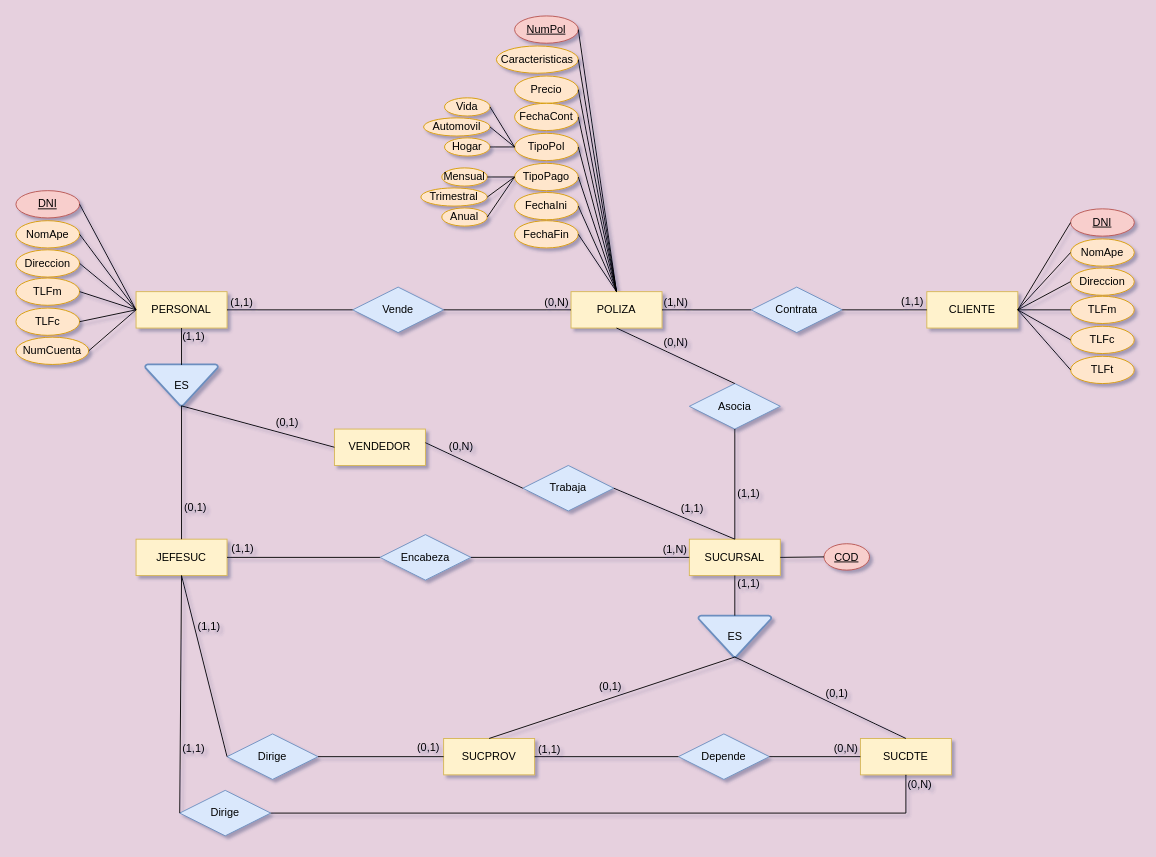
This is Teams1(2).drawio from VeraAceves/NT-BD, a draw.io file, before an edit. Source tidied: cells renumbered, new cells numbered last; positions are measured from the earlier drawing's top-left corner, leaving out a move shared by most shapes. Both pictures are drawn from the tidied source at 91%, with x=0, y=0 at pixel (15, 15).
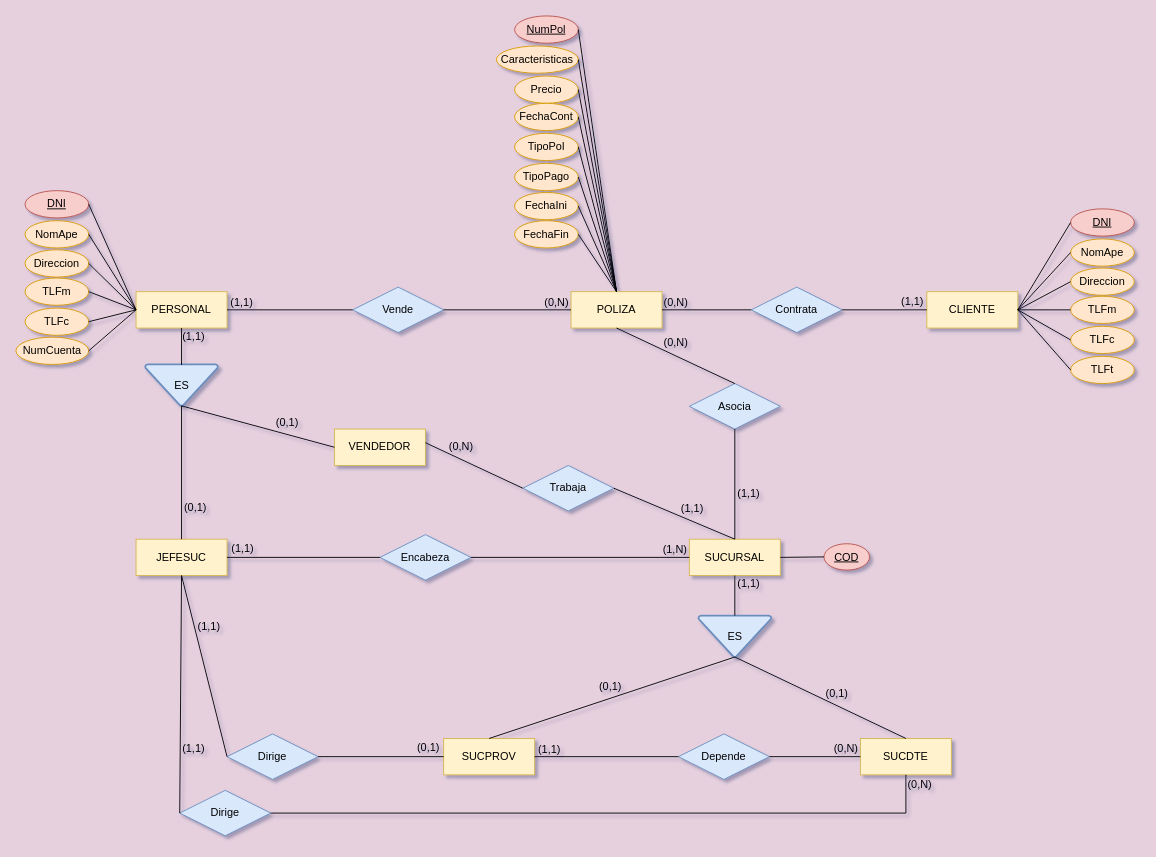
After the change.

Unchanged cells that the change refers to:
```xml
<mxCell id="48" value="TipoPol" style="ellipse;whiteSpace=wrap;html=1;fillColor=#ffe6cc;strokeColor=#d79b00;" parent="1" vertex="1">
  <mxGeometry x="548" y="129" width="70" height="30" as="geometry" />
</mxCell>
<mxCell id="49" value="TipoPago" style="ellipse;whiteSpace=wrap;html=1;fillColor=#ffe6cc;strokeColor=#d79b00;" parent="1" vertex="1">
  <mxGeometry x="548" y="162" width="70" height="30" as="geometry" />
</mxCell>
```

Change to the diagram source:
```diff
@@
-    <mxCell id="52" value="Vida" style="ellipse;whiteSpace=wrap;html=1;fillColor=#ffe6cc;strokeColor=#d79b00;" parent="1" vertex="1">
-      <mxGeometry x="471" y="90" width="50" height="20" as="geometry" />
-    </mxCell>
-    <mxCell id="53" value="Automovil" style="ellipse;whiteSpace=wrap;html=1;fillColor=#ffe6cc;strokeColor=#d79b00;" parent="1" vertex="1">
-      <mxGeometry x="448" y="112" width="73" height="20" as="geometry" />
-    </mxCell>
-    <mxCell id="54" value="Hogar" style="ellipse;whiteSpace=wrap;html=1;fillColor=#ffe6cc;strokeColor=#d79b00;" parent="1" vertex="1">
-      <mxGeometry x="471" y="134" width="50" height="20" as="geometry" />
-    </mxCell>
@@
     <mxCell id="56" value="DNI" style="ellipse;whiteSpace=wrap;html=1;fillColor=#f8cecc;strokeColor=#b85450;fontStyle=4;" parent="1" vertex="1">
-      <mxGeometry y="192" width="70" height="30" as="geometry" />
+      <mxGeometry x="10" y="192" width="70" height="30" as="geometry" />
     </mxCell>
     <mxCell id="57" value="NomApe" style="ellipse;whiteSpace=wrap;html=1;fillColor=#ffe6cc;strokeColor=#d79b00;" parent="1" vertex="1">
-      <mxGeometry y="225" width="70" height="30" as="geometry" />
+      <mxGeometry x="10" y="225" width="70" height="30" as="geometry" />
     </mxCell>
     <mxCell id="58" value="Direccion" style="ellipse;whiteSpace=wrap;html=1;fillColor=#ffe6cc;strokeColor=#d79b00;" parent="1" vertex="1">
-      <mxGeometry y="257" width="70" height="30" as="geometry" />
+      <mxGeometry x="10" y="257" width="70" height="30" as="geometry" />
     </mxCell>
     <mxCell id="59" value="TLFm" style="ellipse;whiteSpace=wrap;html=1;fillColor=#ffe6cc;strokeColor=#d79b00;" parent="1" vertex="1">
-      <mxGeometry y="288" width="70" height="30" as="geometry" />
+      <mxGeometry x="10" y="288" width="70" height="30" as="geometry" />
     </mxCell>
     <mxCell id="60" value="TLFc" style="ellipse;whiteSpace=wrap;html=1;fillColor=#ffe6cc;strokeColor=#d79b00;" parent="1" vertex="1">
-      <mxGeometry y="321" width="70" height="30" as="geometry" />
+      <mxGeometry x="10" y="321" width="70" height="30" as="geometry" />
     </mxCell>
@@
-    <mxCell id="78" style="endArrow=none;html=1;rounded=0;entryX=0;entryY=0.5;entryDx=0;entryDy=0;exitX=1;exitY=0.5;exitDx=0;exitDy=0;" parent="1" edge="1" source="52" target="48">
-      <mxGeometry relative="1" as="geometry" />
-    </mxCell>
-    <mxCell id="79" style="endArrow=none;html=1;rounded=0;entryX=0;entryY=0.5;entryDx=0;entryDy=0;exitX=1;exitY=0.5;exitDx=0;exitDy=0;" parent="1" edge="1" source="53" target="48">
-      <mxGeometry relative="1" as="geometry" />
-    </mxCell>
-    <mxCell id="80" style="endArrow=none;html=1;rounded=0;entryX=0;entryY=0.5;entryDx=0;entryDy=0;exitX=1;exitY=0.5;exitDx=0;exitDy=0;" parent="1" edge="1" source="54" target="48">
-      <mxGeometry relative="1" as="geometry" />
-    </mxCell>
@@
-    <mxCell id="90" value="Mensual" style="ellipse;whiteSpace=wrap;html=1;fillColor=#ffe6cc;strokeColor=#d79b00;" parent="1" vertex="1">
-      <mxGeometry x="468" y="167" width="50" height="20" as="geometry" />
-    </mxCell>
-    <mxCell id="91" value="Trimestral" style="ellipse;whiteSpace=wrap;html=1;fillColor=#ffe6cc;strokeColor=#d79b00;" parent="1" vertex="1">
-      <mxGeometry x="445" y="189" width="73" height="20" as="geometry" />
-    </mxCell>
-    <mxCell id="92" value="&lt;div&gt;Anual&lt;/div&gt;" style="ellipse;whiteSpace=wrap;html=1;fillColor=#ffe6cc;strokeColor=#d79b00;" parent="1" vertex="1">
-      <mxGeometry x="468" y="211" width="50" height="20" as="geometry" />
-    </mxCell>
-    <mxCell id="93" style="endArrow=none;html=1;rounded=0;entryX=0;entryY=0.5;entryDx=0;entryDy=0;exitX=1;exitY=0.5;exitDx=0;exitDy=0;" parent="1" edge="1" source="90" target="49">
-      <mxGeometry relative="1" as="geometry" />
-    </mxCell>
-    <mxCell id="94" style="endArrow=none;html=1;rounded=0;entryX=0;entryY=0.5;entryDx=0;entryDy=0;exitX=1;exitY=0.5;exitDx=0;exitDy=0;" parent="1" edge="1" source="91" target="49">
-      <mxGeometry relative="1" as="geometry" />
-    </mxCell>
-    <mxCell id="95" style="endArrow=none;html=1;rounded=0;entryX=0;entryY=0.5;entryDx=0;entryDy=0;exitX=1;exitY=0.5;exitDx=0;exitDy=0;" parent="1" edge="1" source="92" target="49">
-      <mxGeometry relative="1" as="geometry" />
-    </mxCell>
@@
-    <mxCell id="106" value="(1,N)" style="text;html=1;align=center;verticalAlign=middle;strokeColor=none;fillColor=none;" parent="1" vertex="1">
+    <mxCell id="106" value="(0,N)" style="text;html=1;align=center;verticalAlign=middle;strokeColor=none;fillColor=none;" parent="1" vertex="1">
       <mxGeometry x="700" y="300" width="50" height="30" as="geometry" />
     </mxCell>
```
